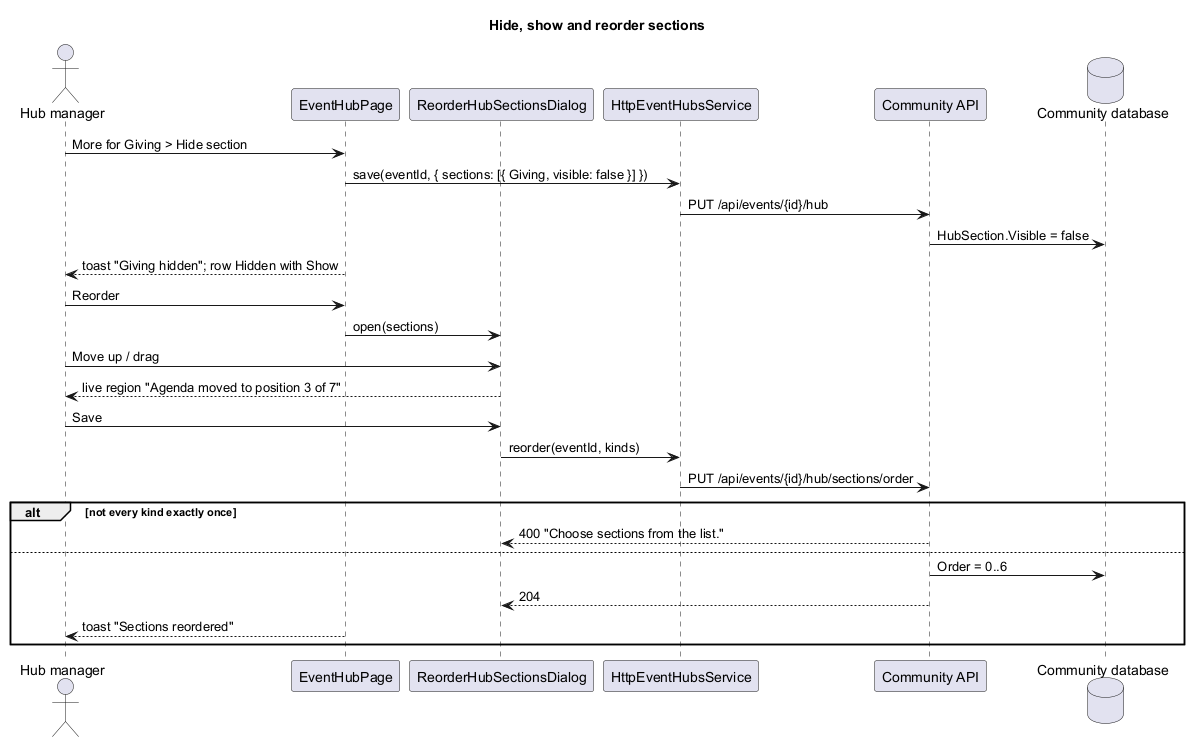
QuinntyneBrown/faithtech-community keeps this PlantUML diagram as docs/detailed-designs/events/fill-in-hub-sections/diagrams/sequence-reorder.png. Above is the earlier version. Source of this version:
```plantuml
@startuml
title Hide, show and reorder sections
actor "Hub manager" as lead
participant "EventHubPage" as page
participant "ReorderHubSectionsDialog" as dlg
participant "HttpEventHubsService" as svc
participant "Community API" as api
database "Community database" as db
lead -> page : More for Giving > Hide section
page -> svc : save(eventId, { sections: [{ Giving, visible: false }] })
svc -> api : PUT /api/events/{id}/hub
api -> db : HubSection.Visible = false
page --> lead : toast "Giving hidden"; row Hidden with Show
lead -> page : Reorder
page -> dlg : open(sections)
lead -> dlg : Move up / drag
dlg --> lead : live region "Agenda moved to position 3 of 7"
lead -> dlg : Save
dlg -> svc : reorder(eventId, kinds)
svc -> api : PUT /api/events/{id}/hub/sections/order
alt not every kind exactly once
  api --> dlg : 400 "Choose sections from the list."
else
  api -> db : Order = 0..6
  api --> dlg : 204
  page --> lead : toast "Sections reordered"
end
@enduml
```
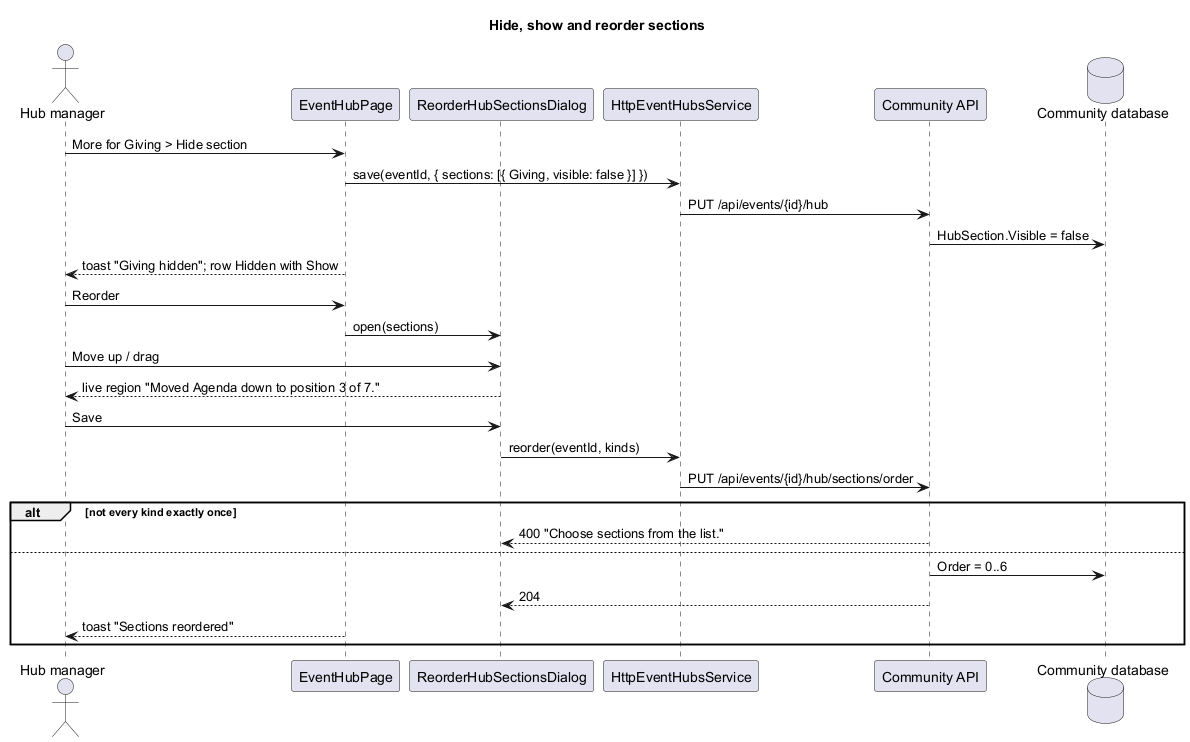
Later version of the same file.

Change to the diagram source:
```diff
@@ -14,7 +14,7 @@
 lead -> page : Reorder
 page -> dlg : open(sections)
 lead -> dlg : Move up / drag
-dlg --> lead : live region "Agenda moved to position 3 of 7"
+dlg --> lead : live region "Moved Agenda down to position 3 of 7."
 lead -> dlg : Save
 dlg -> svc : reorder(eventId, kinds)
 svc -> api : PUT /api/events/{id}/hub/sections/order
```
